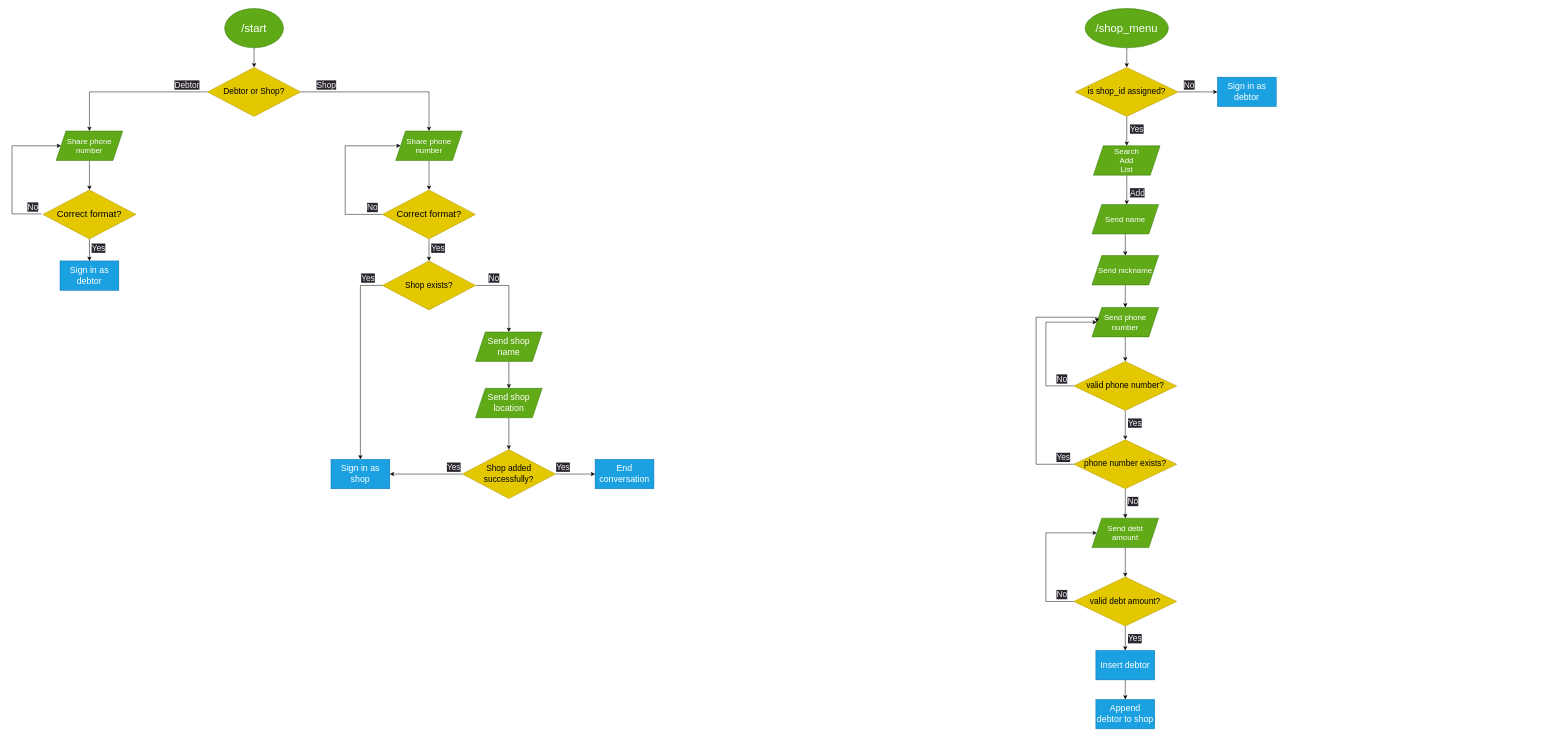
Earlier version of the draw.io diagram flowchart.drawio (sukhrobyangibaev/qarz_daftar). Source tidied: cells renumbered, new cells numbered last; positions are measured from the earlier drawing's top-left corner, leaving out a move shared by most shapes. Both pictures are drawn from the tidied source at 49%, with x=0, y=0 at pixel (12, 8).
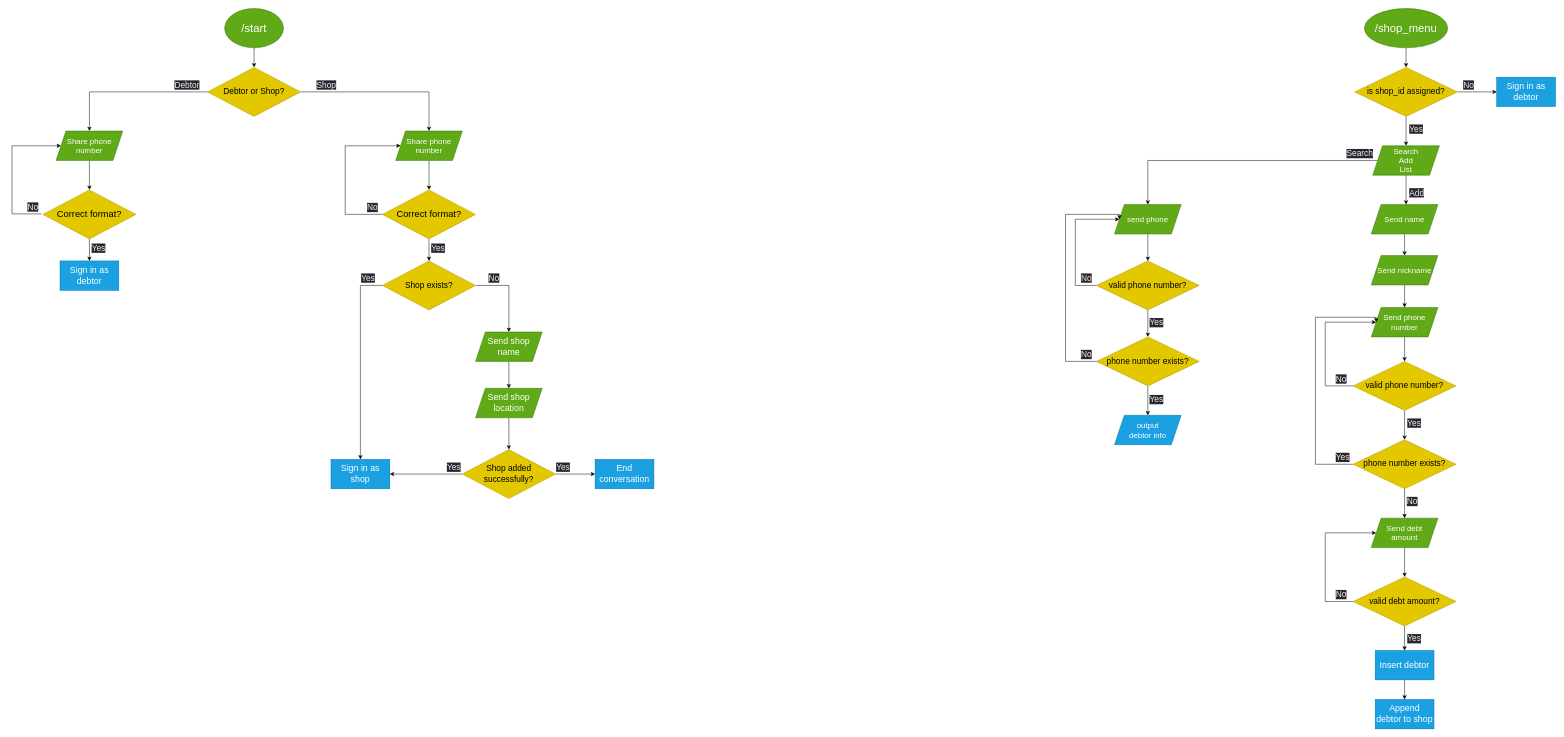
The same diagram, later.

Commit message (it also covers changes not shown here):
add search debtor process

Change to the diagram source:
```diff
@@
     <mxCell id="41" value="&lt;font style=&quot;font-size: 23px;&quot;&gt;/shop_menu&lt;/font&gt;" style="ellipse;whiteSpace=wrap;html=1;fillColor=#60a917;fontColor=#ffffff;strokeColor=#2D7600;" parent="1" vertex="1">
-      <mxGeometry x="2190" width="170" height="80" as="geometry" />
+      <mxGeometry x="2760" width="170" height="80" as="geometry" />
     </mxCell>
@@
     <mxCell id="44" value="&lt;font style=&quot;font-size: 17px;&quot;&gt;is shop_id assigned?&lt;/font&gt;" style="rhombus;whiteSpace=wrap;html=1;fillColor=#e3c800;fontColor=#000000;strokeColor=#B09500;" parent="1" vertex="1">
-      <mxGeometry x="2170" y="120" width="210" height="100" as="geometry" />
+      <mxGeometry x="2740" y="120" width="210" height="100" as="geometry" />
     </mxCell>
     <mxCell id="45" value="&lt;font style=&quot;font-size: 18px;&quot;&gt;Sign in as debtor&lt;/font&gt;" style="rounded=0;whiteSpace=wrap;html=1;fillColor=#1ba1e2;fontColor=#ffffff;strokeColor=#006EAF;" parent="1" vertex="1">
-      <mxGeometry x="2460" y="140" width="120" height="60" as="geometry" />
+      <mxGeometry x="3030" y="140" width="120" height="60" as="geometry" />
     </mxCell>
     <mxCell id="46" value="&lt;span style=&quot;color: rgb(240, 240, 240); font-family: Helvetica; font-size: 17px; font-style: normal; font-variant-ligatures: normal; font-variant-caps: normal; font-weight: 400; letter-spacing: normal; orphans: 2; text-align: center; text-indent: 0px; text-transform: none; widows: 2; word-spacing: 0px; -webkit-text-stroke-width: 0px; background-color: rgb(42, 37, 47); text-decoration-thickness: initial; text-decoration-style: initial; text-decoration-color: initial; float: none; display: inline !important;&quot;&gt;No&lt;/span&gt;" style="text;whiteSpace=wrap;html=1;" parent="1" vertex="1">
-      <mxGeometry x="2390" y="140" width="60" height="30" as="geometry" />
+      <mxGeometry x="2960" y="140" width="60" height="30" as="geometry" />
     </mxCell>
     <mxCell id="47" value="&lt;span style=&quot;color: rgb(240, 240, 240); font-family: Helvetica; font-size: 17px; font-style: normal; font-variant-ligatures: normal; font-variant-caps: normal; font-weight: 400; letter-spacing: normal; orphans: 2; text-align: center; text-indent: 0px; text-transform: none; widows: 2; word-spacing: 0px; -webkit-text-stroke-width: 0px; background-color: rgb(42, 37, 47); text-decoration-thickness: initial; text-decoration-style: initial; text-decoration-color: initial; float: none; display: inline !important;&quot;&gt;Yes&lt;/span&gt;" style="text;whiteSpace=wrap;html=1;" parent="1" vertex="1">
-      <mxGeometry x="2280" y="230" width="60" height="30" as="geometry" />
+      <mxGeometry x="2850" y="230" width="60" height="30" as="geometry" />
     </mxCell>
     <mxCell id="48" style="edgeStyle=orthogonalEdgeStyle;rounded=0;jettySize=auto;html=1;exitX=0.5;exitY=1;exitDx=0;exitDy=0;" parent="1" edge="1" source="49">
       <mxGeometry relative="1" as="geometry">
-        <mxPoint x="2275" y="400" as="targetPoint" />
+        <mxPoint x="2845" y="400" as="targetPoint" />
       </mxGeometry>
     </mxCell>
+    <mxCell id="77" style="edgeStyle=orthogonalEdgeStyle;rounded=0;jettySize=auto;html=1;exitX=0;exitY=0.5;exitDx=0;exitDy=0;entryX=0.5;entryY=0;entryDx=0;entryDy=0;" parent="1" edge="1" source="49" target="80">
+      <mxGeometry relative="1" as="geometry" />
+    </mxCell>
     <mxCell id="49" value="&lt;font style=&quot;font-size: 16px;&quot;&gt;Search&lt;br&gt;Add&lt;br&gt;List&lt;br&gt;&lt;/font&gt;" style="shape=parallelogram;perimeter=parallelogramPerimeter;whiteSpace=wrap;html=1;fixedSize=1;fillColor=#60a917;fontColor=#ffffff;strokeColor=#2D7600;" parent="1" vertex="1">
-      <mxGeometry x="2207" y="280" width="136" height="60" as="geometry" />
+      <mxGeometry x="2777" y="280" width="136" height="60" as="geometry" />
     </mxCell>
     <mxCell id="50" value="&lt;span style=&quot;color: rgb(240, 240, 240); font-family: Helvetica; font-size: 17px; font-style: normal; font-variant-ligatures: normal; font-variant-caps: normal; font-weight: 400; letter-spacing: normal; orphans: 2; text-align: center; text-indent: 0px; text-transform: none; widows: 2; word-spacing: 0px; -webkit-text-stroke-width: 0px; background-color: rgb(42, 37, 47); text-decoration-thickness: initial; text-decoration-style: initial; text-decoration-color: initial; float: none; display: inline !important;&quot;&gt;Add&lt;/span&gt;" style="text;whiteSpace=wrap;html=1;" parent="1" vertex="1">
-      <mxGeometry x="2280" y="360" width="60" height="30" as="geometry" />
+      <mxGeometry x="2850" y="360" width="60" height="30" as="geometry" />
     </mxCell>
@@
     <mxCell id="52" value="&lt;font style=&quot;font-size: 16px;&quot;&gt;Send name&lt;br&gt;&lt;/font&gt;" style="shape=parallelogram;perimeter=parallelogramPerimeter;whiteSpace=wrap;html=1;fixedSize=1;fillColor=#60a917;fontColor=#ffffff;strokeColor=#2D7600;" parent="1" vertex="1">
-      <mxGeometry x="2204" y="400" width="136" height="60" as="geometry" />
+      <mxGeometry x="2774" y="400" width="136" height="60" as="geometry" />
     </mxCell>
@@
     <mxCell id="54" value="&lt;font style=&quot;font-size: 16px;&quot;&gt;Send nickname&lt;br&gt;&lt;/font&gt;" style="shape=parallelogram;perimeter=parallelogramPerimeter;whiteSpace=wrap;html=1;fixedSize=1;fillColor=#60a917;fontColor=#ffffff;strokeColor=#2D7600;" parent="1" vertex="1">
-      <mxGeometry x="2204" y="504" width="136" height="60" as="geometry" />
+      <mxGeometry x="2774" y="504" width="136" height="60" as="geometry" />
     </mxCell>
@@
     <mxCell id="56" value="&lt;font style=&quot;font-size: 16px;&quot;&gt;Send phone number&lt;br&gt;&lt;/font&gt;" style="shape=parallelogram;perimeter=parallelogramPerimeter;whiteSpace=wrap;html=1;fixedSize=1;fillColor=#60a917;fontColor=#ffffff;strokeColor=#2D7600;" parent="1" vertex="1">
-      <mxGeometry x="2204" y="610" width="136" height="60" as="geometry" />
+      <mxGeometry x="2774" y="610" width="136" height="60" as="geometry" />
     </mxCell>
     <mxCell id="57" style="edgeStyle=orthogonalEdgeStyle;rounded=0;jettySize=auto;html=1;exitX=0;exitY=0.5;exitDx=0;exitDy=0;entryX=0;entryY=0.5;entryDx=0;entryDy=0;" parent="1" edge="1" source="59" target="56">
       <mxGeometry relative="1" as="geometry">
         <Array as="points">
-          <mxPoint x="2110" y="770" />
-          <mxPoint x="2110" y="640" />
+          <mxPoint x="2680" y="770" />
+          <mxPoint x="2680" y="640" />
         </Array>
       </mxGeometry>
     </mxCell>
@@
     <mxCell id="59" value="&lt;font style=&quot;font-size: 17px;&quot;&gt;valid phone number?&lt;/font&gt;" style="rhombus;whiteSpace=wrap;html=1;fillColor=#e3c800;fontColor=#000000;strokeColor=#B09500;" parent="1" vertex="1">
-      <mxGeometry x="2167" y="720" width="210" height="100" as="geometry" />
+      <mxGeometry x="2737" y="720" width="210" height="100" as="geometry" />
     </mxCell>
     <mxCell id="60" value="&lt;span style=&quot;color: rgb(240, 240, 240); font-family: Helvetica; font-size: 17px; font-style: normal; font-variant-ligatures: normal; font-variant-caps: normal; font-weight: 400; letter-spacing: normal; orphans: 2; text-align: center; text-indent: 0px; text-transform: none; widows: 2; word-spacing: 0px; -webkit-text-stroke-width: 0px; background-color: rgb(42, 37, 47); text-decoration-thickness: initial; text-decoration-style: initial; text-decoration-color: initial; float: none; display: inline !important;&quot;&gt;No&lt;/span&gt;" style="text;whiteSpace=wrap;html=1;" parent="1" vertex="1">
-      <mxGeometry x="2130" y="740" width="60" height="30" as="geometry" />
+      <mxGeometry x="2700" y="740" width="60" height="30" as="geometry" />
     </mxCell>
@@
     <mxCell id="62" value="&lt;font style=&quot;font-size: 16px;&quot;&gt;Send debt &lt;br&gt;amount&lt;br&gt;&lt;/font&gt;" style="shape=parallelogram;perimeter=parallelogramPerimeter;whiteSpace=wrap;html=1;fixedSize=1;fillColor=#60a917;fontColor=#ffffff;strokeColor=#2D7600;" parent="1" vertex="1">
-      <mxGeometry x="2204" y="1040" width="136" height="60" as="geometry" />
+      <mxGeometry x="2774" y="1040" width="136" height="60" as="geometry" />
     </mxCell>
     <mxCell id="63" value="&lt;span style=&quot;color: rgb(240, 240, 240); font-family: Helvetica; font-size: 17px; font-style: normal; font-variant-ligatures: normal; font-variant-caps: normal; font-weight: 400; letter-spacing: normal; orphans: 2; text-align: center; text-indent: 0px; text-transform: none; widows: 2; word-spacing: 0px; -webkit-text-stroke-width: 0px; background-color: rgb(42, 37, 47); text-decoration-thickness: initial; text-decoration-style: initial; text-decoration-color: initial; float: none; display: inline !important;&quot;&gt;Yes&lt;/span&gt;" style="text;whiteSpace=wrap;html=1;" parent="1" vertex="1">
-      <mxGeometry x="2276" y="830" width="60" height="30" as="geometry" />
+      <mxGeometry x="2846" y="830" width="60" height="30" as="geometry" />
     </mxCell>
     <mxCell id="64" style="edgeStyle=orthogonalEdgeStyle;rounded=0;jettySize=auto;html=1;exitX=0;exitY=0.5;exitDx=0;exitDy=0;entryX=0;entryY=0.5;entryDx=0;entryDy=0;" parent="1" edge="1" source="66" target="62">
       <mxGeometry relative="1" as="geometry">
         <Array as="points">
-          <mxPoint x="2110" y="1210" />
-          <mxPoint x="2110" y="1070" />
+          <mxPoint x="2680" y="1210" />
+          <mxPoint x="2680" y="1070" />
         </Array>
       </mxGeometry>
     </mxCell>
@@
     <mxCell id="66" value="&lt;font style=&quot;font-size: 17px;&quot;&gt;valid debt amount?&lt;/font&gt;" style="rhombus;whiteSpace=wrap;html=1;fillColor=#e3c800;fontColor=#000000;strokeColor=#B09500;" parent="1" vertex="1">
-      <mxGeometry x="2167" y="1160" width="210" height="100" as="geometry" />
+      <mxGeometry x="2737" y="1160" width="210" height="100" as="geometry" />
     </mxCell>
     <mxCell id="67" value="&lt;span style=&quot;color: rgb(240, 240, 240); font-family: Helvetica; font-size: 17px; font-style: normal; font-variant-ligatures: normal; font-variant-caps: normal; font-weight: 400; letter-spacing: normal; orphans: 2; text-align: center; text-indent: 0px; text-transform: none; widows: 2; word-spacing: 0px; -webkit-text-stroke-width: 0px; background-color: rgb(42, 37, 47); text-decoration-thickness: initial; text-decoration-style: initial; text-decoration-color: initial; float: none; display: inline !important;&quot;&gt;No&lt;/span&gt;" style="text;whiteSpace=wrap;html=1;" parent="1" vertex="1">
-      <mxGeometry x="2130" y="1180" width="60" height="30" as="geometry" />
+      <mxGeometry x="2700" y="1180" width="60" height="30" as="geometry" />
     </mxCell>
     <mxCell id="68" value="&lt;span style=&quot;color: rgb(240, 240, 240); font-family: Helvetica; font-size: 17px; font-style: normal; font-variant-ligatures: normal; font-variant-caps: normal; font-weight: 400; letter-spacing: normal; orphans: 2; text-align: center; text-indent: 0px; text-transform: none; widows: 2; word-spacing: 0px; -webkit-text-stroke-width: 0px; background-color: rgb(42, 37, 47); text-decoration-thickness: initial; text-decoration-style: initial; text-decoration-color: initial; float: none; display: inline !important;&quot;&gt;Yes&lt;/span&gt;" style="text;whiteSpace=wrap;html=1;" parent="1" vertex="1">
-      <mxGeometry x="2276" y="1270" width="60" height="30" as="geometry" />
+      <mxGeometry x="2846" y="1270" width="60" height="30" as="geometry" />
     </mxCell>
@@
     <mxCell id="70" value="&lt;font style=&quot;font-size: 18px;&quot;&gt;Insert debtor&lt;/font&gt;" style="rounded=0;whiteSpace=wrap;html=1;fillColor=#1ba1e2;fontColor=#ffffff;strokeColor=#006EAF;" parent="1" vertex="1">
-      <mxGeometry x="2212" y="1310" width="120" height="60" as="geometry" />
+      <mxGeometry x="2782" y="1310" width="120" height="60" as="geometry" />
     </mxCell>
     <mxCell id="71" value="&lt;span style=&quot;font-size: 18px;&quot;&gt;Append debtor to shop&lt;/span&gt;" style="rounded=0;whiteSpace=wrap;html=1;fillColor=#1ba1e2;fontColor=#ffffff;strokeColor=#006EAF;" parent="1" vertex="1">
-      <mxGeometry x="2212" y="1410" width="120" height="60" as="geometry" />
+      <mxGeometry x="2782" y="1410" width="120" height="60" as="geometry" />
     </mxCell>
     <mxCell id="72" style="edgeStyle=orthogonalEdgeStyle;rounded=0;jettySize=auto;html=1;exitX=0;exitY=0.5;exitDx=0;exitDy=0;entryX=0;entryY=0.5;entryDx=0;entryDy=0;" parent="1" edge="1" source="74" target="56">
       <mxGeometry relative="1" as="geometry">
         <Array as="points">
-          <mxPoint x="2090" y="930" />
-          <mxPoint x="2090" y="630" />
-          <mxPoint x="2214" y="630" />
+          <mxPoint x="2660" y="930" />
+          <mxPoint x="2660" y="630" />
+          <mxPoint x="2784" y="630" />
         </Array>
       </mxGeometry>
     </mxCell>
@@
     <mxCell id="74" value="&lt;span style=&quot;font-size: 17px;&quot;&gt;phone number exists?&lt;/span&gt;" style="rhombus;whiteSpace=wrap;html=1;fillColor=#e3c800;fontColor=#000000;strokeColor=#B09500;" parent="1" vertex="1">
-      <mxGeometry x="2167" y="880" width="210" height="100" as="geometry" />
+      <mxGeometry x="2737" y="880" width="210" height="100" as="geometry" />
     </mxCell>
     <mxCell id="75" value="&lt;span style=&quot;color: rgb(240, 240, 240); font-family: Helvetica; font-size: 17px; font-style: normal; font-variant-ligatures: normal; font-variant-caps: normal; font-weight: 400; letter-spacing: normal; orphans: 2; text-align: center; text-indent: 0px; text-transform: none; widows: 2; word-spacing: 0px; -webkit-text-stroke-width: 0px; background-color: rgb(42, 37, 47); text-decoration-thickness: initial; text-decoration-style: initial; text-decoration-color: initial; float: none; display: inline !important;&quot;&gt;Yes&lt;/span&gt;" style="text;whiteSpace=wrap;html=1;" parent="1" vertex="1">
-      <mxGeometry x="2130" y="900" width="60" height="30" as="geometry" />
+      <mxGeometry x="2700" y="900" width="60" height="30" as="geometry" />
     </mxCell>
     <mxCell id="76" value="&lt;span style=&quot;color: rgb(240, 240, 240); font-family: Helvetica; font-size: 17px; font-style: normal; font-variant-ligatures: normal; font-variant-caps: normal; font-weight: 400; letter-spacing: normal; orphans: 2; text-align: center; text-indent: 0px; text-transform: none; widows: 2; word-spacing: 0px; -webkit-text-stroke-width: 0px; background-color: rgb(42, 37, 47); text-decoration-thickness: initial; text-decoration-style: initial; text-decoration-color: initial; float: none; display: inline !important;&quot;&gt;No&lt;/span&gt;" style="text;whiteSpace=wrap;html=1;" parent="1" vertex="1">
-      <mxGeometry x="2275" y="990" width="60" height="30" as="geometry" />
+      <mxGeometry x="2845" y="990" width="60" height="30" as="geometry" />
     </mxCell>
+    <mxCell id="78" value="&lt;span style=&quot;color: rgb(240, 240, 240); font-family: Helvetica; font-size: 17px; font-style: normal; font-variant-ligatures: normal; font-variant-caps: normal; font-weight: 400; letter-spacing: normal; orphans: 2; text-align: center; text-indent: 0px; text-transform: none; widows: 2; word-spacing: 0px; -webkit-text-stroke-width: 0px; background-color: rgb(42, 37, 47); text-decoration-thickness: initial; text-decoration-style: initial; text-decoration-color: initial; float: none; display: inline !important;&quot;&gt;Search&lt;/span&gt;" style="text;whiteSpace=wrap;html=1;" parent="1" vertex="1">
+      <mxGeometry x="2722" y="280" width="60" height="30" as="geometry" />
+    </mxCell>
+    <mxCell id="79" style="edgeStyle=orthogonalEdgeStyle;rounded=0;jettySize=auto;html=1;exitX=0.5;exitY=1;exitDx=0;exitDy=0;entryX=0.5;entryY=0;entryDx=0;entryDy=0;" parent="1" edge="1" source="80" target="84">
+      <mxGeometry relative="1" as="geometry" />
+    </mxCell>
+    <mxCell id="80" value="&lt;font style=&quot;font-size: 16px;&quot;&gt;send phone&lt;br&gt;&lt;/font&gt;" style="shape=parallelogram;perimeter=parallelogramPerimeter;whiteSpace=wrap;html=1;fixedSize=1;fillColor=#60a917;fontColor=#ffffff;strokeColor=#2D7600;" parent="1" vertex="1">
+      <mxGeometry x="2250" y="400" width="136" height="60" as="geometry" />
+    </mxCell>
+    <mxCell id="81" value="&lt;font style=&quot;font-size: 16px;&quot;&gt;output &lt;br&gt;debtor info&lt;br&gt;&lt;/font&gt;" style="shape=parallelogram;perimeter=parallelogramPerimeter;whiteSpace=wrap;html=1;fixedSize=1;fillColor=#1ba1e2;fontColor=#ffffff;strokeColor=#006EAF;" parent="1" vertex="1">
+      <mxGeometry x="2250" y="830" width="136" height="60" as="geometry" />
+    </mxCell>
+    <mxCell id="82" style="edgeStyle=orthogonalEdgeStyle;rounded=0;jettySize=auto;html=1;exitX=0.5;exitY=1;exitDx=0;exitDy=0;entryX=0.5;entryY=0;entryDx=0;entryDy=0;" parent="1" edge="1" source="84" target="87">
+      <mxGeometry relative="1" as="geometry" />
+    </mxCell>
+    <mxCell id="83" style="edgeStyle=orthogonalEdgeStyle;rounded=0;jettySize=auto;html=1;exitX=0;exitY=0.5;exitDx=0;exitDy=0;entryX=0;entryY=0.5;entryDx=0;entryDy=0;" parent="1" edge="1" source="84" target="80">
+      <mxGeometry relative="1" as="geometry">
+        <Array as="points">
+          <mxPoint x="2170" y="565" />
+          <mxPoint x="2170" y="430" />
+        </Array>
+      </mxGeometry>
+    </mxCell>
+    <mxCell id="84" value="&lt;font style=&quot;font-size: 17px;&quot;&gt;valid phone number?&lt;/font&gt;" style="rhombus;whiteSpace=wrap;html=1;fillColor=#e3c800;fontColor=#000000;strokeColor=#B09500;" parent="1" vertex="1">
+      <mxGeometry x="2213" y="515" width="210" height="100" as="geometry" />
+    </mxCell>
+    <mxCell id="85" style="edgeStyle=orthogonalEdgeStyle;rounded=0;jettySize=auto;html=1;exitX=0.5;exitY=1;exitDx=0;exitDy=0;entryX=0.5;entryY=0;entryDx=0;entryDy=0;" parent="1" edge="1" source="87" target="81">
+      <mxGeometry relative="1" as="geometry" />
+    </mxCell>
+    <mxCell id="86" style="edgeStyle=orthogonalEdgeStyle;rounded=0;jettySize=auto;html=1;exitX=0;exitY=0.5;exitDx=0;exitDy=0;entryX=0;entryY=0.5;entryDx=0;entryDy=0;" parent="1" edge="1" source="87" target="80">
+      <mxGeometry relative="1" as="geometry">
+        <Array as="points">
+          <mxPoint x="2150" y="720" />
+          <mxPoint x="2150" y="420" />
+          <mxPoint x="2260" y="420" />
+        </Array>
+      </mxGeometry>
+    </mxCell>
+    <mxCell id="87" value="&lt;span style=&quot;font-size: 17px;&quot;&gt;phone number exists?&lt;/span&gt;" style="rhombus;whiteSpace=wrap;html=1;fillColor=#e3c800;fontColor=#000000;strokeColor=#B09500;" parent="1" vertex="1">
+      <mxGeometry x="2213" y="670" width="210" height="100" as="geometry" />
+    </mxCell>
+    <mxCell id="88" value="&lt;span style=&quot;color: rgb(240, 240, 240); font-family: Helvetica; font-size: 17px; font-style: normal; font-variant-ligatures: normal; font-variant-caps: normal; font-weight: 400; letter-spacing: normal; orphans: 2; text-align: center; text-indent: 0px; text-transform: none; widows: 2; word-spacing: 0px; -webkit-text-stroke-width: 0px; background-color: rgb(42, 37, 47); text-decoration-thickness: initial; text-decoration-style: initial; text-decoration-color: initial; float: none; display: inline !important;&quot;&gt;Yes&lt;/span&gt;" style="text;whiteSpace=wrap;html=1;" parent="1" vertex="1">
+      <mxGeometry x="2320" y="625" width="60" height="30" as="geometry" />
+    </mxCell>
+    <mxCell id="89" value="&lt;span style=&quot;color: rgb(240, 240, 240); font-family: Helvetica; font-size: 17px; font-style: normal; font-variant-ligatures: normal; font-variant-caps: normal; font-weight: 400; letter-spacing: normal; orphans: 2; text-align: center; text-indent: 0px; text-transform: none; widows: 2; word-spacing: 0px; -webkit-text-stroke-width: 0px; background-color: rgb(42, 37, 47); text-decoration-thickness: initial; text-decoration-style: initial; text-decoration-color: initial; float: none; display: inline !important;&quot;&gt;Yes&lt;/span&gt;" style="text;whiteSpace=wrap;html=1;" parent="1" vertex="1">
+      <mxGeometry x="2320" y="782" width="60" height="30" as="geometry" />
+    </mxCell>
+    <mxCell id="90" value="&lt;span style=&quot;color: rgb(240, 240, 240); font-family: Helvetica; font-size: 17px; font-style: normal; font-variant-ligatures: normal; font-variant-caps: normal; font-weight: 400; letter-spacing: normal; orphans: 2; text-align: center; text-indent: 0px; text-transform: none; widows: 2; word-spacing: 0px; -webkit-text-stroke-width: 0px; background-color: rgb(42, 37, 47); text-decoration-thickness: initial; text-decoration-style: initial; text-decoration-color: initial; float: none; display: inline !important;&quot;&gt;No&lt;/span&gt;" style="text;whiteSpace=wrap;html=1;" parent="1" vertex="1">
+      <mxGeometry x="2180" y="534" width="60" height="30" as="geometry" />
+    </mxCell>
+    <mxCell id="91" value="&lt;span style=&quot;color: rgb(240, 240, 240); font-family: Helvetica; font-size: 17px; font-style: normal; font-variant-ligatures: normal; font-variant-caps: normal; font-weight: 400; letter-spacing: normal; orphans: 2; text-align: center; text-indent: 0px; text-transform: none; widows: 2; word-spacing: 0px; -webkit-text-stroke-width: 0px; background-color: rgb(42, 37, 47); text-decoration-thickness: initial; text-decoration-style: initial; text-decoration-color: initial; float: none; display: inline !important;&quot;&gt;No&lt;/span&gt;" style="text;whiteSpace=wrap;html=1;" parent="1" vertex="1">
+      <mxGeometry x="2180" y="690" width="60" height="30" as="geometry" />
+    </mxCell>
```
